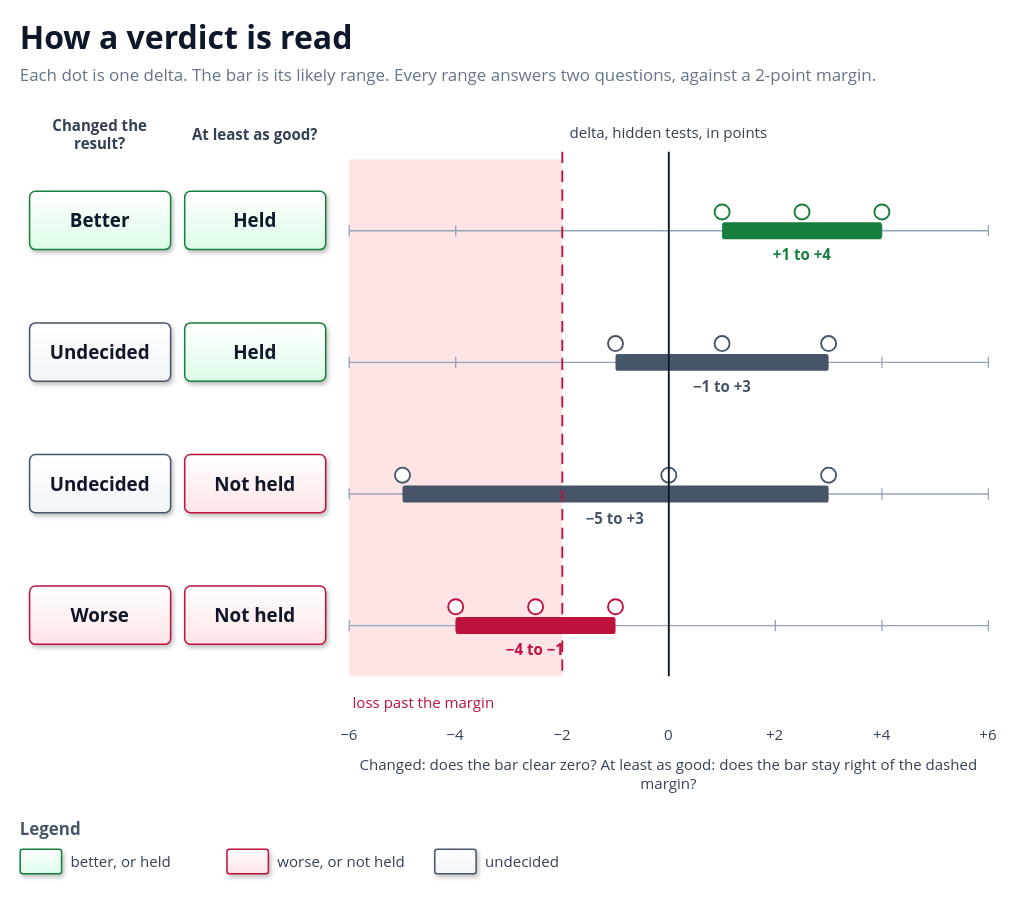
Above: docs/diagrams/verdict.drawio in solid-ai-dev/solid-ai-benchmark (draw.io), before the change. Source tidied: cells renumbered, new cells numbered last; positions are measured from the earlier drawing's top-left corner, leaving out a move shared by most shapes. Both pictures are drawn from the tidied source at 94%, with x=0, y=0 at pixel (20, 16).
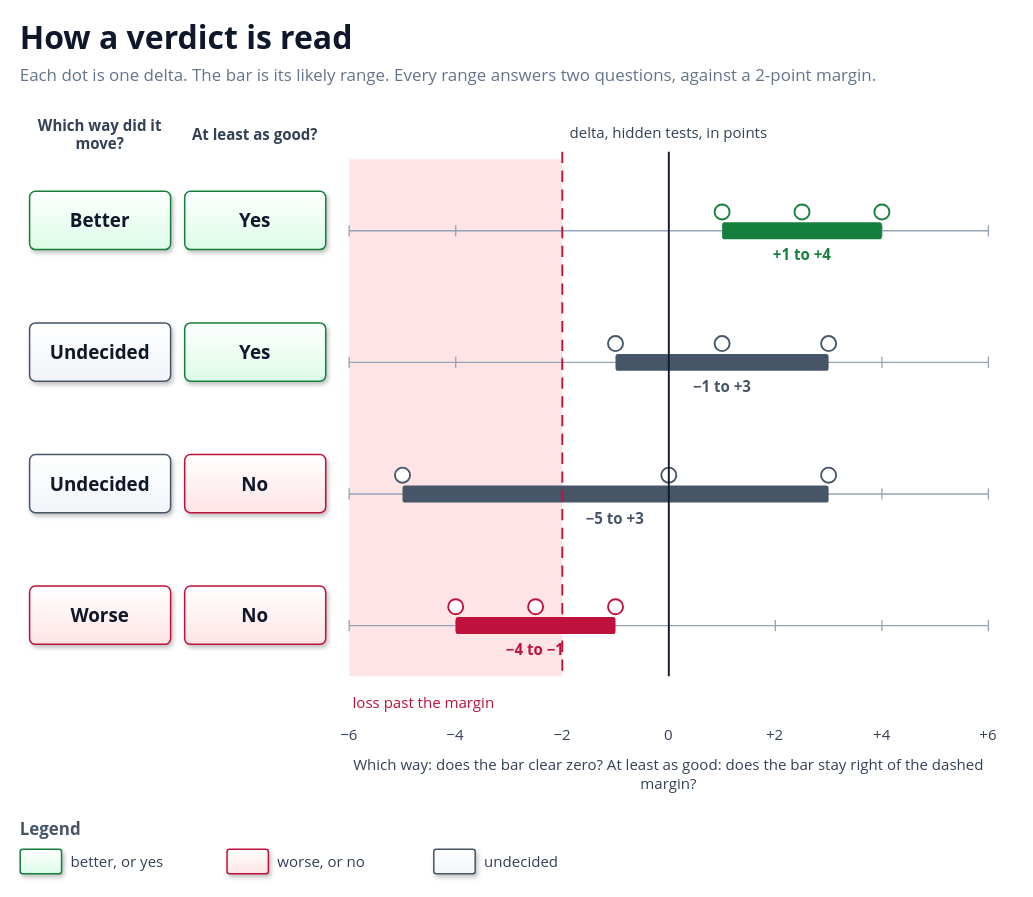
The same page after the edit.

Commit message (it also covers changes not shown here):
docs(primer): answer at least as good with yes or no

The first question becomes which way did it move, answered better, worse
or undecided. The second, is it at least as good, is answered yes, held,
or no, in the primer and the verdict diagram.

Claude-Session: https://claude.ai/code/session_01HVh8GVGd72WUJ3BvM7TXQn

What changed in the source:
```diff
@@
-    <mxCell id="4" value="Changed the result?" style="text;html=1;whiteSpace=wrap;strokeColor=none;fillColor=none;align=center;verticalAlign=middle;fontFamily=Segoe UI;fontSize=16;fontColor=#334155;fontStyle=1;spacing=0;" parent="1" vertex="1">
+    <mxCell id="4" value="Which way did it move?" style="text;html=1;whiteSpace=wrap;strokeColor=none;fillColor=none;align=center;verticalAlign=middle;fontFamily=Segoe UI;fontSize=16;fontColor=#334155;fontStyle=1;spacing=0;" parent="1" vertex="1">
       <mxGeometry x="10" y="106" width="150" height="40" as="geometry" />
     </mxCell>
@@
-    <mxCell id="9" value="&lt;b style='font-size:20px'&gt;Held&lt;/b&gt;" style="rounded=1;arcSize=10;whiteSpace=wrap;html=1;fillColor=#DCFCE7;gradientColor=#FFFFFF;gradientDirection=north;strokeColor=#15803D;strokeWidth=1.6;shadow=1;align=center;verticalAlign=middle;fontFamily=Segoe UI;fontColor=#0F172A;spacing=8;" parent="1" vertex="1">
+    <mxCell id="9" value="&lt;b style='font-size:20px'&gt;Yes&lt;/b&gt;" style="rounded=1;arcSize=10;whiteSpace=wrap;html=1;fillColor=#DCFCE7;gradientColor=#FFFFFF;gradientDirection=north;strokeColor=#15803D;strokeWidth=1.6;shadow=1;align=center;verticalAlign=middle;fontFamily=Segoe UI;fontColor=#0F172A;spacing=8;" parent="1" vertex="1">
       <mxGeometry x="175" y="186" width="150" height="62" as="geometry" />
     </mxCell>
@@
-    <mxCell id="24" value="&lt;b style='font-size:20px'&gt;Held&lt;/b&gt;" style="rounded=1;arcSize=10;whiteSpace=wrap;html=1;fillColor=#DCFCE7;gradientColor=#FFFFFF;gradientDirection=north;strokeColor=#15803D;strokeWidth=1.6;shadow=1;align=center;verticalAlign=middle;fontFamily=Segoe UI;fontColor=#0F172A;spacing=8;" parent="1" vertex="1">
+    <mxCell id="24" value="&lt;b style='font-size:20px'&gt;Yes&lt;/b&gt;" style="rounded=1;arcSize=10;whiteSpace=wrap;html=1;fillColor=#DCFCE7;gradientColor=#FFFFFF;gradientDirection=north;strokeColor=#15803D;strokeWidth=1.6;shadow=1;align=center;verticalAlign=middle;fontFamily=Segoe UI;fontColor=#0F172A;spacing=8;" parent="1" vertex="1">
       <mxGeometry x="175" y="326" width="150" height="62" as="geometry" />
     </mxCell>
@@
-    <mxCell id="39" value="&lt;b style='font-size:20px'&gt;Not held&lt;/b&gt;" style="rounded=1;arcSize=10;whiteSpace=wrap;html=1;fillColor=#FFE4E6;gradientColor=#FFFFFF;gradientDirection=north;strokeColor=#BE123C;strokeWidth=1.6;shadow=1;align=center;verticalAlign=middle;fontFamily=Segoe UI;fontColor=#0F172A;spacing=8;" parent="1" vertex="1">
+    <mxCell id="39" value="&lt;b style='font-size:20px'&gt;No&lt;/b&gt;" style="rounded=1;arcSize=10;whiteSpace=wrap;html=1;fillColor=#FFE4E6;gradientColor=#FFFFFF;gradientDirection=north;strokeColor=#BE123C;strokeWidth=1.6;shadow=1;align=center;verticalAlign=middle;fontFamily=Segoe UI;fontColor=#0F172A;spacing=8;" parent="1" vertex="1">
       <mxGeometry x="175" y="466" width="150" height="62" as="geometry" />
     </mxCell>
@@
-    <mxCell id="54" value="&lt;b style='font-size:20px'&gt;Not held&lt;/b&gt;" style="rounded=1;arcSize=10;whiteSpace=wrap;html=1;fillColor=#FFE4E6;gradientColor=#FFFFFF;gradientDirection=north;strokeColor=#BE123C;strokeWidth=1.6;shadow=1;align=center;verticalAlign=middle;fontFamily=Segoe UI;fontColor=#0F172A;spacing=8;" parent="1" vertex="1">
+    <mxCell id="54" value="&lt;b style='font-size:20px'&gt;No&lt;/b&gt;" style="rounded=1;arcSize=10;whiteSpace=wrap;html=1;fillColor=#FFE4E6;gradientColor=#FFFFFF;gradientDirection=north;strokeColor=#BE123C;strokeWidth=1.6;shadow=1;align=center;verticalAlign=middle;fontFamily=Segoe UI;fontColor=#0F172A;spacing=8;" parent="1" vertex="1">
       <mxGeometry x="175" y="606" width="150" height="62" as="geometry" />
     </mxCell>
@@
-    <mxCell id="78" value="Changed: does the bar clear zero? At least as good: does the bar stay right of the dashed margin?" style="text;html=1;whiteSpace=wrap;strokeColor=none;fillColor=none;align=center;verticalAlign=middle;fontFamily=Segoe UI;fontSize=16;fontColor=#334155;fontStyle=0;spacing=0;" parent="1" vertex="1">
+    <mxCell id="78" value="Which way: does the bar clear zero? At least as good: does the bar stay right of the dashed margin?" style="text;html=1;whiteSpace=wrap;strokeColor=none;fillColor=none;align=center;verticalAlign=middle;fontFamily=Segoe UI;fontSize=16;fontColor=#334155;fontStyle=0;spacing=0;" parent="1" vertex="1">
       <mxGeometry x="350" y="782" width="680" height="48" as="geometry" />
     </mxCell>
@@
-    <mxCell id="81" value="better, or held" style="text;html=1;whiteSpace=wrap;strokeColor=none;fillColor=none;align=left;verticalAlign=middle;fontFamily=Segoe UI;fontSize=16;fontColor=#334155;fontStyle=0;spacing=0;" parent="1" vertex="1">
+    <mxCell id="81" value="better, or yes" style="text;html=1;whiteSpace=wrap;strokeColor=none;fillColor=none;align=left;verticalAlign=middle;fontFamily=Segoe UI;fontSize=16;fontColor=#334155;fontStyle=0;spacing=0;" parent="1" vertex="1">
       <mxGeometry x="54" y="886" width="300" height="26" as="geometry" />
     </mxCell>
@@
-    <mxCell id="83" value="worse, or not held" style="text;html=1;whiteSpace=wrap;strokeColor=none;fillColor=none;align=left;verticalAlign=middle;fontFamily=Segoe UI;fontSize=16;fontColor=#334155;fontStyle=0;spacing=0;" parent="1" vertex="1">
+    <mxCell id="83" value="worse, or no" style="text;html=1;whiteSpace=wrap;strokeColor=none;fillColor=none;align=left;verticalAlign=middle;fontFamily=Segoe UI;fontSize=16;fontColor=#334155;fontStyle=0;spacing=0;" parent="1" vertex="1">
       <mxGeometry x="274" y="886" width="300" height="26" as="geometry" />
     </mxCell>
     <mxCell id="84" value="&lt;b style='font-size:20px'&gt;&lt;/b&gt;" style="rounded=1;arcSize=10;whiteSpace=wrap;html=1;fillColor=#F1F5F9;gradientColor=#FFFFFF;gradientDirection=north;strokeColor=#475569;strokeWidth=1.6;shadow=1;align=center;verticalAlign=middle;fontFamily=Segoe UI;fontColor=#0F172A;spacing=8;" parent="1" vertex="1">
-      <mxGeometry x="441" y="886" width="44" height="26" as="geometry" />
+      <mxGeometry x="440" y="886" width="44" height="26" as="geometry" />
     </mxCell>
     <mxCell id="85" value="undecided" style="text;html=1;whiteSpace=wrap;strokeColor=none;fillColor=none;align=left;verticalAlign=middle;fontFamily=Segoe UI;fontSize=16;fontColor=#334155;fontStyle=0;spacing=0;" parent="1" vertex="1">
-      <mxGeometry x="495" y="886" width="300" height="26" as="geometry" />
+      <mxGeometry x="494" y="886" width="300" height="26" as="geometry" />
     </mxCell>
```
